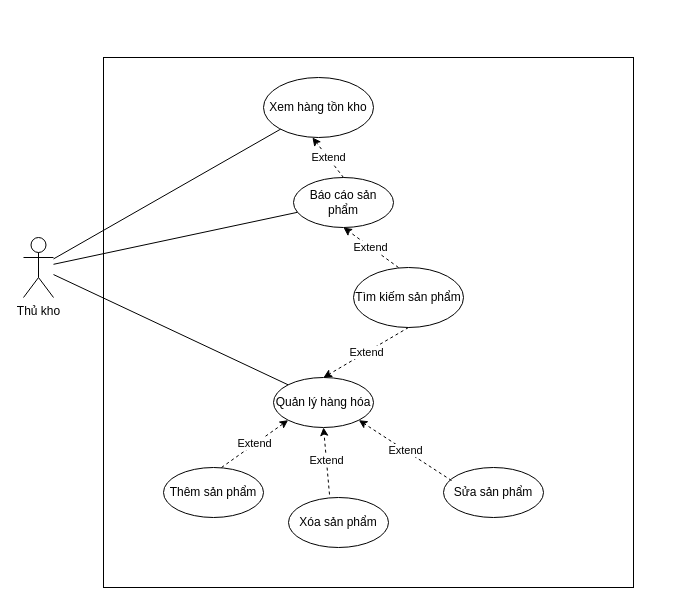
This is Diagram/UseCase/QL_HangHoa.drawio from TccKaiCi/PTTK_CuaHangGiay, a draw.io file, before an edit. Source tidied: cells renumbered, new cells numbered last; positions are measured from the earlier drawing's top-left corner, leaving out a move shared by most shapes. Both pictures are drawn from the tidied source at 100%, with x=0, y=0 at pixel (23, 57).
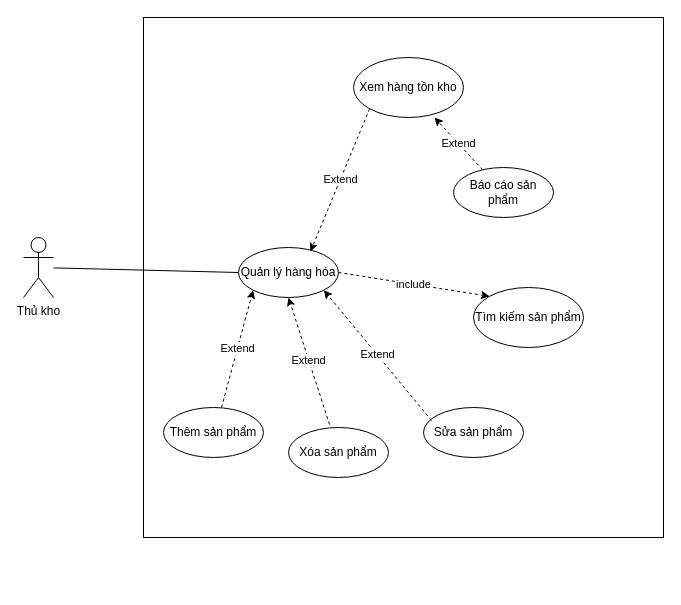
After the change.

Change to the diagram source:
```diff
@@
 <mxGraphModel>
   <root>
     <mxCell id="0" />
     <mxCell id="1" parent="0" />
     <mxCell id="2" value="Thủ kho" style="shape=umlActor;verticalLabelPosition=bottom;verticalAlign=top;html=1;outlineConnect=0;" parent="1" vertex="1">
       <mxGeometry y="180" width="30" height="60" as="geometry" />
     </mxCell>
     <mxCell id="3" style="whiteSpace=wrap;html=1;fillColor=none;" parent="1" vertex="1">
-      <mxGeometry x="80" width="530" height="530" as="geometry" />
+      <mxGeometry x="120" y="-40" width="520" height="520" as="geometry" />
     </mxCell>
     <mxCell id="4" value="Xem hàng tồn kho" style="ellipse;whiteSpace=wrap;html=1;fillColor=none;" parent="1" vertex="1">
-      <mxGeometry x="240" y="20" width="110" height="60" as="geometry" />
+      <mxGeometry x="330" width="110" height="60" as="geometry" />
     </mxCell>
     <mxCell id="5" value="Quản lý hàng hóa" style="ellipse;whiteSpace=wrap;html=1;fillColor=none;" parent="1" vertex="1">
-      <mxGeometry x="250" y="320" width="100" height="50" as="geometry" />
+      <mxGeometry x="215" y="190" width="100" height="50" as="geometry" />
     </mxCell>
     <mxCell id="6" value="Báo cáo sản phẩm" style="ellipse;whiteSpace=wrap;html=1;fillColor=none;" parent="1" vertex="1">
-      <mxGeometry x="270" y="120" width="100" height="50" as="geometry" />
+      <mxGeometry x="430" y="110" width="100" height="50" as="geometry" />
     </mxCell>
-    <mxCell id="7" value="Extend" style="endArrow=classic;html=1;dashed=1;entryX=0.5;entryY=0;entryDx=0;entryDy=0;exitX=0.5;exitY=1;exitDx=0;exitDy=0;" parent="1" edge="1" source="8" target="5">
-      <mxGeometry relative="1" as="geometry" />
-    </mxCell>
     <mxCell id="8" value="Tìm kiếm sản phẩm" style="ellipse;whiteSpace=wrap;html=1;fillColor=none;" parent="1" vertex="1">
-      <mxGeometry x="330" y="210" width="110" height="60" as="geometry" />
+      <mxGeometry x="450" y="230" width="110" height="60" as="geometry" />
     </mxCell>
-    <mxCell id="9" style="endArrow=none;html=1;" parent="1" edge="1" source="2" target="4">
-      <mxGeometry relative="1" as="geometry" />
-    </mxCell>
-    <mxCell id="10" style="endArrow=none;html=1;" parent="1" edge="1" source="2" target="6">
-      <mxGeometry relative="1" as="geometry" />
-    </mxCell>
-    <mxCell id="11" style="endArrow=none;html=1;entryX=0;entryY=0;entryDx=0;entryDy=0;" parent="1" edge="1" source="2" target="5">
+    <mxCell id="11" style="endArrow=none;html=1;entryX=0;entryY=0.5;entryDx=0;entryDy=0;" parent="1" edge="1" source="2" target="5">
       <mxGeometry relative="1" as="geometry" />
     </mxCell>
-    <mxCell id="12" value="Extend" style="endArrow=classic;html=1;dashed=1;entryX=0.445;entryY=1;entryDx=0;entryDy=0;entryPerimeter=0;exitX=0.5;exitY=0;exitDx=0;exitDy=0;" parent="1" edge="1" source="6" target="4">
+    <mxCell id="12" value="Extend" style="endArrow=classic;html=1;dashed=1;entryX=0.736;entryY=1;entryDx=0;entryDy=0;entryPerimeter=0;" parent="1" edge="1" source="6" target="4">
       <mxGeometry relative="1" as="geometry" />
     </mxCell>
     <mxCell id="13" value="Thêm sản phẩm" style="ellipse;whiteSpace=wrap;html=1;fillColor=none;" parent="1" vertex="1">
-      <mxGeometry x="140" y="410" width="100" height="50" as="geometry" />
+      <mxGeometry x="140" y="350" width="100" height="50" as="geometry" />
     </mxCell>
     <mxCell id="14" value="Xóa sản phẩm" style="ellipse;whiteSpace=wrap;html=1;fillColor=none;" parent="1" vertex="1">
-      <mxGeometry x="265" y="440" width="100" height="50" as="geometry" />
+      <mxGeometry x="265" y="370" width="100" height="50" as="geometry" />
     </mxCell>
     <mxCell id="15" value="Sửa sản phẩm" style="ellipse;whiteSpace=wrap;html=1;fillColor=none;" parent="1" vertex="1">
-      <mxGeometry x="420" y="410" width="100" height="50" as="geometry" />
+      <mxGeometry x="400" y="350" width="100" height="50" as="geometry" />
     </mxCell>
-    <mxCell id="16" value="Extend" style="endArrow=classic;html=1;dashed=1;exitX=0.409;exitY=0;exitDx=0;exitDy=0;exitPerimeter=0;entryX=0.5;entryY=1;entryDx=0;entryDy=0;" parent="1" edge="1" source="8" target="6">
-      <mxGeometry relative="1" as="geometry" />
-    </mxCell>
     <mxCell id="17" value="Extend" style="endArrow=classic;html=1;dashed=1;entryX=0;entryY=1;entryDx=0;entryDy=0;exitX=0.58;exitY=0;exitDx=0;exitDy=0;exitPerimeter=0;" parent="1" edge="1" source="13" target="5">
       <mxGeometry relative="1" as="geometry" />
     </mxCell>
     <mxCell id="18" value="Extend" style="endArrow=classic;html=1;dashed=1;entryX=0.5;entryY=1;entryDx=0;entryDy=0;exitX=0.41;exitY=-0.06;exitDx=0;exitDy=0;exitPerimeter=0;" parent="1" edge="1" source="14" target="5">
       <mxGeometry relative="1" as="geometry" />
     </mxCell>
     <mxCell id="19" value="Extend" style="endArrow=classic;html=1;dashed=1;entryX=1;entryY=1;entryDx=0;entryDy=0;exitX=0.08;exitY=0.26;exitDx=0;exitDy=0;exitPerimeter=0;" parent="1" edge="1" source="15" target="5">
       <mxGeometry relative="1" as="geometry" />
     </mxCell>
+    <mxCell id="20" value="Extend" style="endArrow=classic;html=1;dashed=1;entryX=0.72;entryY=0.08;entryDx=0;entryDy=0;entryPerimeter=0;exitX=0;exitY=1;exitDx=0;exitDy=0;" parent="1" edge="1" source="4" target="5">
+      <mxGeometry relative="1" as="geometry" />
+    </mxCell>
+    <mxCell id="21" value="include" style="endArrow=classic;html=1;dashed=1;entryX=0;entryY=0;entryDx=0;entryDy=0;exitX=1;exitY=0.5;exitDx=0;exitDy=0;" parent="1" edge="1" source="5" target="8">
+      <mxGeometry relative="1" as="geometry" />
+    </mxCell>
   </root>
 </mxGraphModel>
```
